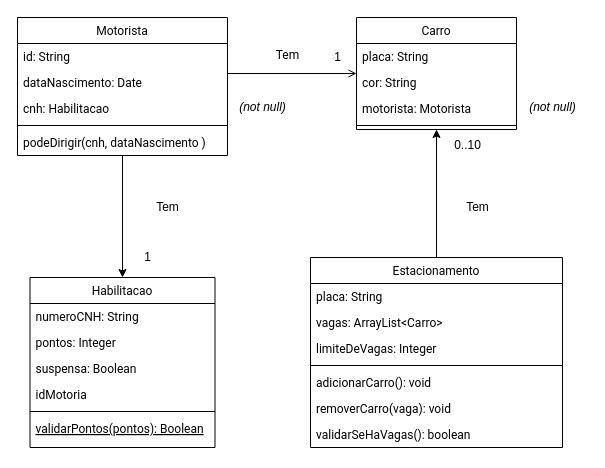
Above: java-7/Diagrama-Estacionament.drawio in mauriciocoruja/aceleradev-java (draw.io), before the change. Source tidied: cells renumbered, new cells numbered last; positions are measured from the earlier drawing's top-left corner, leaving out a move shared by most shapes. Both pictures are drawn from the tidied source at 100%, with x=0, y=0 at pixel (17, 17).
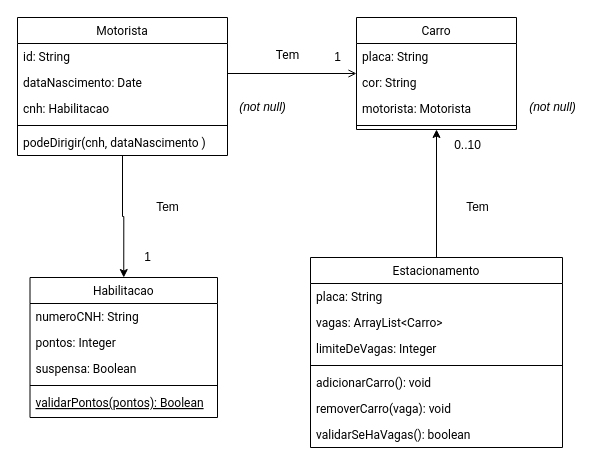
Above is the later version.

Commit message:
Retirar o atributo não usado

Change to the diagram source:
```diff
@@
     <mxCell id="20" value="Habilitacao" style="swimlane;fontStyle=0;align=center;verticalAlign=top;horizontal=1;startSize=26;rounded=0;shadow=0;strokeWidth=1;fontFamily=Roboto;FType=g;" parent="1" vertex="1">
-      <mxGeometry x="12.5" y="260" width="185" height="170" as="geometry" />
+      <mxGeometry x="12.5" y="260" width="187.5" height="140" as="geometry" />
     </mxCell>
     <mxCell id="21" value="numeroCNH: String" style="text;align=left;verticalAlign=top;spacingLeft=4;spacingRight=4;overflow=hidden;fontFamily=Roboto;FType=g;" parent="20" vertex="1">
-      <mxGeometry y="26" width="185" height="26" as="geometry" />
+      <mxGeometry y="26" width="187.5" height="26" as="geometry" />
     </mxCell>
     <mxCell id="22" value="pontos: Integer" style="text;align=left;verticalAlign=top;spacingLeft=4;spacingRight=4;overflow=hidden;rounded=0;shadow=0;html=0;fontFamily=Roboto;FType=g;" parent="20" vertex="1">
-      <mxGeometry y="52" width="185" height="26" as="geometry" />
+      <mxGeometry y="52" width="187.5" height="26" as="geometry" />
     </mxCell>
     <mxCell id="23" value="suspensa: Boolean" style="text;align=left;verticalAlign=top;spacingLeft=4;spacingRight=4;overflow=hidden;rounded=0;shadow=0;html=0;fontFamily=Roboto;FType=g;" parent="20" vertex="1">
-      <mxGeometry y="78" width="185" height="26" as="geometry" />
+      <mxGeometry y="78" width="187.5" height="26" as="geometry" />
     </mxCell>
-    <mxCell id="24" value="idMotoria" style="text;align=left;verticalAlign=top;spacingLeft=4;spacingRight=4;overflow=hidden;rounded=0;shadow=0;html=0;fontFamily=Roboto;FType=g;" parent="20" vertex="1">
-      <mxGeometry y="104" width="185" height="26" as="geometry" />
-    </mxCell>
     <mxCell id="25" style="line;html=1;strokeWidth=1;align=left;verticalAlign=middle;spacingTop=-1;spacingLeft=3;spacingRight=3;labelPosition=right;fontFamily=Roboto;FType=g;" parent="20" vertex="1">
-      <mxGeometry y="130" width="185" height="8" as="geometry" />
+      <mxGeometry y="104" width="187.5" height="8" as="geometry" />
     </mxCell>
     <mxCell id="26" value="validarPontos(pontos): Boolean" style="text;align=left;verticalAlign=top;spacingLeft=4;spacingRight=4;overflow=hidden;fontStyle=4;fontFamily=Roboto;FType=g;" parent="20" vertex="1">
-      <mxGeometry y="138" width="185" height="26" as="geometry" />
+      <mxGeometry y="112" width="187.5" height="26" as="geometry" />
     </mxCell>
```
